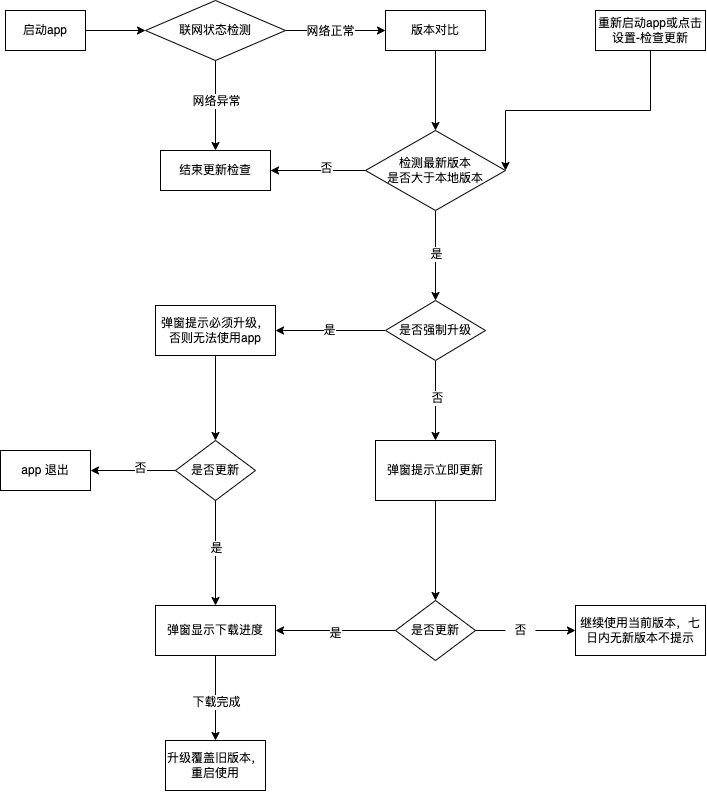
Above: Progress Image/version.png in ChenYingPing/CheckVersionUpate (draw.io), before the change. Source tidied: cells renumbered, new cells last; positions are measured from the earlier drawing's top-left corner, leaving out a move shared by most shapes. Its diagram source:
```xml
<mxGraphModel>
  <root>
    <mxCell id="0" />
    <mxCell id="1" parent="0" />
    <mxCell id="2" style="edgeStyle=orthogonalEdgeStyle;rounded=0;jettySize=auto;html=1;" parent="1" edge="1" source="3" target="8">
      <mxGeometry relative="1" as="geometry" />
    </mxCell>
    <mxCell id="3" value="启动app" style="rounded=0;whiteSpace=wrap;html=1;" parent="1" vertex="1">
      <mxGeometry x="5" y="10" width="80" height="40" as="geometry" />
    </mxCell>
    <mxCell id="4" style="edgeStyle=orthogonalEdgeStyle;rounded=0;jettySize=auto;html=1;" parent="1" edge="1" source="8" target="10">
      <mxGeometry relative="1" as="geometry" />
    </mxCell>
    <mxCell id="5" value="网络正常" style="edgeLabel;html=1;align=center;verticalAlign=middle;" parent="4" vertex="1">
      <mxGeometry x="-0.27" y="3" relative="1" as="geometry">
        <mxPoint x="7" y="3" as="offset" />
      </mxGeometry>
    </mxCell>
    <mxCell id="6" style="edgeStyle=orthogonalEdgeStyle;rounded=0;jettySize=auto;html=1;" parent="1" edge="1" source="8" target="11">
      <mxGeometry relative="1" as="geometry" />
    </mxCell>
    <mxCell id="7" value="网络异常" style="edgeLabel;html=1;align=center;verticalAlign=middle;" parent="6" vertex="1">
      <mxGeometry x="-0.1" relative="1" as="geometry" />
    </mxCell>
    <mxCell id="8" value="联网状态检测" style="rhombus;whiteSpace=wrap;html=1;" parent="1" vertex="1">
      <mxGeometry x="145" width="140" height="60" as="geometry" />
    </mxCell>
    <mxCell id="9" style="edgeStyle=orthogonalEdgeStyle;rounded=0;jettySize=auto;html=1;" parent="1" edge="1" source="10" target="14">
      <mxGeometry relative="1" as="geometry" />
    </mxCell>
    <mxCell id="10" value="版本对比" style="whiteSpace=wrap;html=1;" parent="1" vertex="1">
      <mxGeometry x="385" y="10" width="100" height="40" as="geometry" />
    </mxCell>
    <mxCell id="11" value="结束更新检查" style="whiteSpace=wrap;html=1;" parent="1" vertex="1">
      <mxGeometry x="160" y="150" width="110" height="40" as="geometry" />
    </mxCell>
    <mxCell id="12" style="edgeStyle=orthogonalEdgeStyle;rounded=0;jettySize=auto;html=1;" parent="1" edge="1" source="14" target="20">
      <mxGeometry relative="1" as="geometry" />
    </mxCell>
    <mxCell id="13" value="是" style="edgeLabel;html=1;align=center;verticalAlign=middle;" parent="12" vertex="1">
      <mxGeometry x="-0.05" relative="1" as="geometry" />
    </mxCell>
    <mxCell id="14" value="检测最新版本&lt;br&gt;是否大于本地版本" style="rhombus;whiteSpace=wrap;html=1;" parent="1" vertex="1">
      <mxGeometry x="365" y="130" width="140" height="80" as="geometry" />
    </mxCell>
    <mxCell id="15" style="edgeStyle=orthogonalEdgeStyle;rounded=0;jettySize=auto;html=1;exitX=0.5;exitY=1;exitDx=0;exitDy=0;" parent="1" edge="1" source="16">
      <mxGeometry relative="1" as="geometry">
        <mxPoint x="505" y="170" as="targetPoint" />
      </mxGeometry>
    </mxCell>
    <mxCell id="16" value="重新启动app或点击&lt;br&gt;设置-检查更新" style="rounded=0;whiteSpace=wrap;html=1;" parent="1" vertex="1">
      <mxGeometry x="595" y="10" width="110" height="40" as="geometry" />
    </mxCell>
    <mxCell id="17" value="是" style="edgeStyle=orthogonalEdgeStyle;rounded=0;jettySize=auto;html=1;" parent="1" edge="1" source="20">
      <mxGeometry relative="1" as="geometry">
        <mxPoint x="275" y="330" as="targetPoint" />
      </mxGeometry>
    </mxCell>
    <mxCell id="18" style="edgeStyle=orthogonalEdgeStyle;rounded=0;jettySize=auto;html=1;" parent="1" edge="1" source="20" target="22">
      <mxGeometry relative="1" as="geometry" />
    </mxCell>
    <mxCell id="19" value="否" style="edgeLabel;html=1;align=center;verticalAlign=middle;" parent="18" vertex="1">
      <mxGeometry x="-0.07" y="1" relative="1" as="geometry" />
    </mxCell>
    <mxCell id="20" value="是否强制升级" style="rhombus;whiteSpace=wrap;html=1;" parent="1" vertex="1">
      <mxGeometry x="385" y="300" width="100" height="60" as="geometry" />
    </mxCell>
    <mxCell id="21" style="edgeStyle=orthogonalEdgeStyle;rounded=0;jettySize=auto;html=1;" parent="1" edge="1" source="22" target="26">
      <mxGeometry relative="1" as="geometry" />
    </mxCell>
    <mxCell id="22" value="弹窗提示立即更新" style="whiteSpace=wrap;html=1;" parent="1" vertex="1">
      <mxGeometry x="375" y="440" width="120" height="60" as="geometry" />
    </mxCell>
    <mxCell id="23" style="edgeStyle=orthogonalEdgeStyle;rounded=0;jettySize=auto;html=1;startArrow=none;" parent="1" edge="1" source="34" target="27">
      <mxGeometry relative="1" as="geometry" />
    </mxCell>
    <mxCell id="24" style="edgeStyle=orthogonalEdgeStyle;rounded=0;jettySize=auto;html=1;" parent="1" edge="1" source="26" target="30">
      <mxGeometry relative="1" as="geometry" />
    </mxCell>
    <mxCell id="25" value="是" style="edgeLabel;html=1;align=center;verticalAlign=middle;" parent="24" vertex="1">
      <mxGeometry x="0.07" y="2" relative="1" as="geometry">
        <mxPoint x="4" as="offset" />
      </mxGeometry>
    </mxCell>
    <mxCell id="26" value="是否更新" style="rhombus;whiteSpace=wrap;html=1;" parent="1" vertex="1">
      <mxGeometry x="395" y="600" width="80" height="60" as="geometry" />
    </mxCell>
    <mxCell id="27" value="继续使用当前版本，七日内无新版本不提示" style="whiteSpace=wrap;html=1;" parent="1" vertex="1">
      <mxGeometry x="575" y="605" width="130" height="50" as="geometry" />
    </mxCell>
    <mxCell id="28" style="edgeStyle=orthogonalEdgeStyle;rounded=0;jettySize=auto;html=1;" parent="1" edge="1" source="30" target="31">
      <mxGeometry relative="1" as="geometry" />
    </mxCell>
    <mxCell id="29" value="下载完成" style="edgeLabel;html=1;align=center;verticalAlign=middle;" parent="28" vertex="1">
      <mxGeometry x="0.09" y="-4" relative="1" as="geometry">
        <mxPoint x="4" y="-1" as="offset" />
      </mxGeometry>
    </mxCell>
    <mxCell id="30" value="弹窗显示下载进度" style="whiteSpace=wrap;html=1;" parent="1" vertex="1">
      <mxGeometry x="155" y="605" width="120" height="50" as="geometry" />
    </mxCell>
    <mxCell id="31" value="升级覆盖旧版本，重启使用" style="whiteSpace=wrap;html=1;" parent="1" vertex="1">
      <mxGeometry x="165" y="740" width="100" height="50" as="geometry" />
    </mxCell>
    <mxCell id="32" style="endArrow=classic;html=1;rounded=0;exitX=0;exitY=0.5;exitDx=0;exitDy=0;entryX=1;entryY=0.5;entryDx=0;entryDy=0;" parent="1" edge="1" source="14" target="11">
      <mxGeometry relative="1" as="geometry" />
    </mxCell>
    <mxCell id="33" value="否" style="edgeLabel;html=1;align=center;verticalAlign=middle;" parent="32" vertex="1">
      <mxGeometry x="-0.16" y="-3" relative="1" as="geometry" />
    </mxCell>
    <mxCell id="34" value="否" style="text;html=1;align=center;verticalAlign=middle;points=[];strokeColor=none;fillColor=none;" parent="1" vertex="1">
      <mxGeometry x="505" y="620" width="30" height="20" as="geometry" />
    </mxCell>
    <mxCell id="35" style="edgeStyle=orthogonalEdgeStyle;rounded=0;jettySize=auto;html=1;endArrow=none;" parent="1" edge="1" source="26" target="34">
      <mxGeometry relative="1" as="geometry" />
    </mxCell>
    <mxCell id="36" value="&lt;span&gt;弹窗提示必须升级，&lt;/span&gt;&lt;br&gt;&lt;span&gt;否则无法使用app&lt;/span&gt;" style="rounded=0;whiteSpace=wrap;html=1;" parent="1" vertex="1">
      <mxGeometry x="155" y="305" width="120" height="50" as="geometry" />
    </mxCell>
    <mxCell id="37" value="是否更新" style="rhombus;whiteSpace=wrap;html=1;" parent="1" vertex="1">
      <mxGeometry x="175" y="440" width="80" height="60" as="geometry" />
    </mxCell>
    <mxCell id="38" style="endArrow=classic;html=1;rounded=0;exitX=0.5;exitY=1;exitDx=0;exitDy=0;entryX=0.5;entryY=0;entryDx=0;entryDy=0;" parent="1" edge="1" source="36" target="37">
      <mxGeometry relative="1" as="geometry" />
    </mxCell>
    <mxCell id="39" style="endArrow=classic;html=1;rounded=0;exitX=0.5;exitY=1;exitDx=0;exitDy=0;entryX=0.5;entryY=0;entryDx=0;entryDy=0;" parent="1" edge="1" source="37" target="30">
      <mxGeometry relative="1" as="geometry" />
    </mxCell>
    <mxCell id="40" value="是" style="edgeLabel;html=1;align=center;verticalAlign=middle;" parent="39" vertex="1">
      <mxGeometry x="-0.1" relative="1" as="geometry" />
    </mxCell>
    <mxCell id="41" value="app 退出" style="rounded=0;whiteSpace=wrap;html=1;" parent="1" vertex="1">
      <mxGeometry y="450" width="90" height="40" as="geometry" />
    </mxCell>
    <mxCell id="42" style="endArrow=classic;html=1;rounded=0;exitX=0;exitY=0.5;exitDx=0;exitDy=0;entryX=1;entryY=0.5;entryDx=0;entryDy=0;" parent="1" edge="1" source="37" target="41">
      <mxGeometry relative="1" as="geometry" />
    </mxCell>
    <mxCell id="43" value="否" style="edgeLabel;html=1;align=center;verticalAlign=middle;" parent="42" vertex="1">
      <mxGeometry x="-0.15" y="-3" relative="1" as="geometry" />
    </mxCell>
  </root>
</mxGraphModel>
```
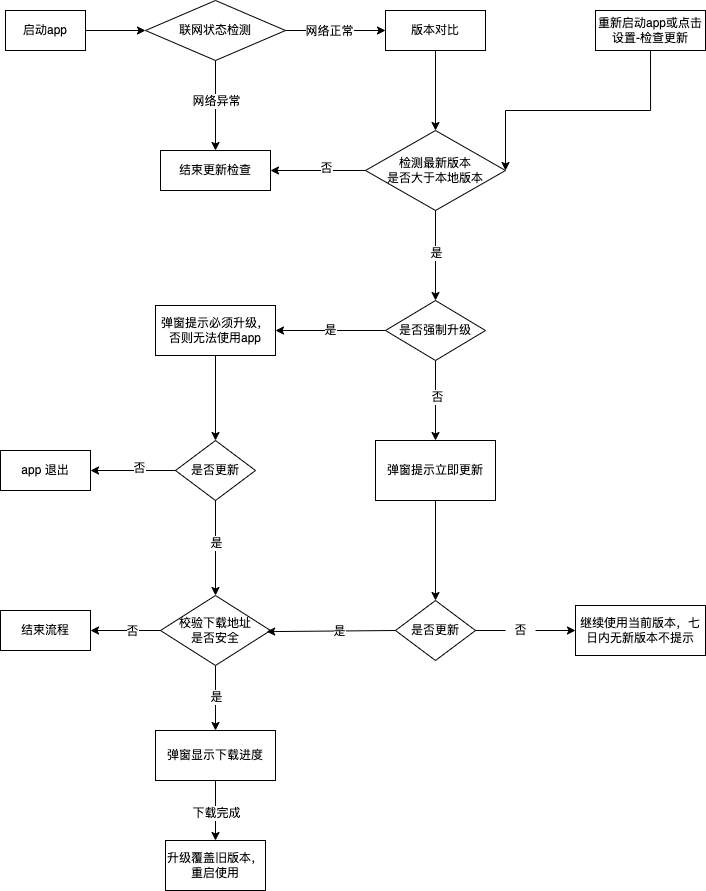
Above is the later version.

The edit, as a diff of the source:
```diff
@@ -74,14 +74,6 @@
     <mxCell id="23" style="edgeStyle=orthogonalEdgeStyle;rounded=0;jettySize=auto;html=1;startArrow=none;" parent="1" edge="1" source="34" target="27">
       <mxGeometry relative="1" as="geometry" />
     </mxCell>
-    <mxCell id="24" style="edgeStyle=orthogonalEdgeStyle;rounded=0;jettySize=auto;html=1;" parent="1" edge="1" source="26" target="30">
-      <mxGeometry relative="1" as="geometry" />
-    </mxCell>
-    <mxCell id="25" value="是" style="edgeLabel;html=1;align=center;verticalAlign=middle;" parent="24" vertex="1">
-      <mxGeometry x="0.07" y="2" relative="1" as="geometry">
-        <mxPoint x="4" as="offset" />
-      </mxGeometry>
-    </mxCell>
     <mxCell id="26" value="是否更新" style="rhombus;whiteSpace=wrap;html=1;" parent="1" vertex="1">
       <mxGeometry x="395" y="600" width="80" height="60" as="geometry" />
     </mxCell>
@@ -97,10 +89,10 @@
       </mxGeometry>
     </mxCell>
     <mxCell id="30" value="弹窗显示下载进度" style="whiteSpace=wrap;html=1;" parent="1" vertex="1">
-      <mxGeometry x="155" y="605" width="120" height="50" as="geometry" />
+      <mxGeometry x="155" y="730" width="120" height="50" as="geometry" />
     </mxCell>
     <mxCell id="31" value="升级覆盖旧版本，重启使用" style="whiteSpace=wrap;html=1;" parent="1" vertex="1">
-      <mxGeometry x="165" y="740" width="100" height="50" as="geometry" />
+      <mxGeometry x="165" y="840" width="100" height="50" as="geometry" />
     </mxCell>
     <mxCell id="32" style="endArrow=classic;html=1;rounded=0;exitX=0;exitY=0.5;exitDx=0;exitDy=0;entryX=1;entryY=0.5;entryDx=0;entryDy=0;" parent="1" edge="1" source="14" target="11">
       <mxGeometry relative="1" as="geometry" />
@@ -123,7 +115,7 @@
     <mxCell id="38" style="endArrow=classic;html=1;rounded=0;exitX=0.5;exitY=1;exitDx=0;exitDy=0;entryX=0.5;entryY=0;entryDx=0;entryDy=0;" parent="1" edge="1" source="36" target="37">
       <mxGeometry relative="1" as="geometry" />
     </mxCell>
-    <mxCell id="39" style="endArrow=classic;html=1;rounded=0;exitX=0.5;exitY=1;exitDx=0;exitDy=0;entryX=0.5;entryY=0;entryDx=0;entryDy=0;" parent="1" edge="1" source="37" target="30">
+    <mxCell id="39" style="endArrow=classic;html=1;rounded=0;exitX=0.5;exitY=1;exitDx=0;exitDy=0;entryX=0.5;entryY=0;entryDx=0;entryDy=0;" parent="1" edge="1" source="37" target="44">
       <mxGeometry relative="1" as="geometry" />
     </mxCell>
     <mxCell id="40" value="是" style="edgeLabel;html=1;align=center;verticalAlign=middle;" parent="39" vertex="1">
@@ -138,5 +130,31 @@
     <mxCell id="43" value="否" style="edgeLabel;html=1;align=center;verticalAlign=middle;" parent="42" vertex="1">
       <mxGeometry x="-0.15" y="-3" relative="1" as="geometry" />
     </mxCell>
+    <mxCell id="44" value="校验下载地址&lt;br&gt;是否安全" style="rhombus;whiteSpace=wrap;html=1;" parent="1" vertex="1">
+      <mxGeometry x="160" y="595" width="110" height="70" as="geometry" />
+    </mxCell>
+    <mxCell id="45" style="endArrow=classic;html=1;rounded=0;exitX=0;exitY=0.5;exitDx=0;exitDy=0;entryX=0.965;entryY=0.516;entryDx=0;entryDy=0;entryPerimeter=0;" parent="1" edge="1" source="26" target="44">
+      <mxGeometry relative="1" as="geometry" />
+    </mxCell>
+    <mxCell id="46" value="是" style="edgeLabel;html=1;align=center;verticalAlign=middle;" parent="45" vertex="1">
+      <mxGeometry x="-0.12" relative="1" as="geometry" />
+    </mxCell>
+    <mxCell id="47" style="endArrow=classic;html=1;rounded=0;exitX=0.5;exitY=1;exitDx=0;exitDy=0;entryX=0.5;entryY=0;entryDx=0;entryDy=0;" parent="1" edge="1" source="44" target="30">
+      <mxGeometry relative="1" as="geometry" />
+    </mxCell>
+    <mxCell id="48" value="是" style="edgeLabel;html=1;align=center;verticalAlign=middle;" parent="47" vertex="1">
+      <mxGeometry x="-0.03" y="-2" relative="1" as="geometry">
+        <mxPoint x="2" as="offset" />
+      </mxGeometry>
+    </mxCell>
+    <mxCell id="49" value="结束流程" style="rounded=0;whiteSpace=wrap;html=1;" parent="1" vertex="1">
+      <mxGeometry y="610" width="90" height="40" as="geometry" />
+    </mxCell>
+    <mxCell id="50" style="endArrow=classic;html=1;rounded=0;exitX=0;exitY=0.5;exitDx=0;exitDy=0;" parent="1" edge="1" source="44" target="49">
+      <mxGeometry relative="1" as="geometry" />
+    </mxCell>
+    <mxCell id="51" value="否" style="edgeLabel;html=1;align=center;verticalAlign=middle;" parent="50" vertex="1">
+      <mxGeometry x="-0.18" relative="1" as="geometry" />
+    </mxCell>
   </root>
 </mxGraphModel>
```
